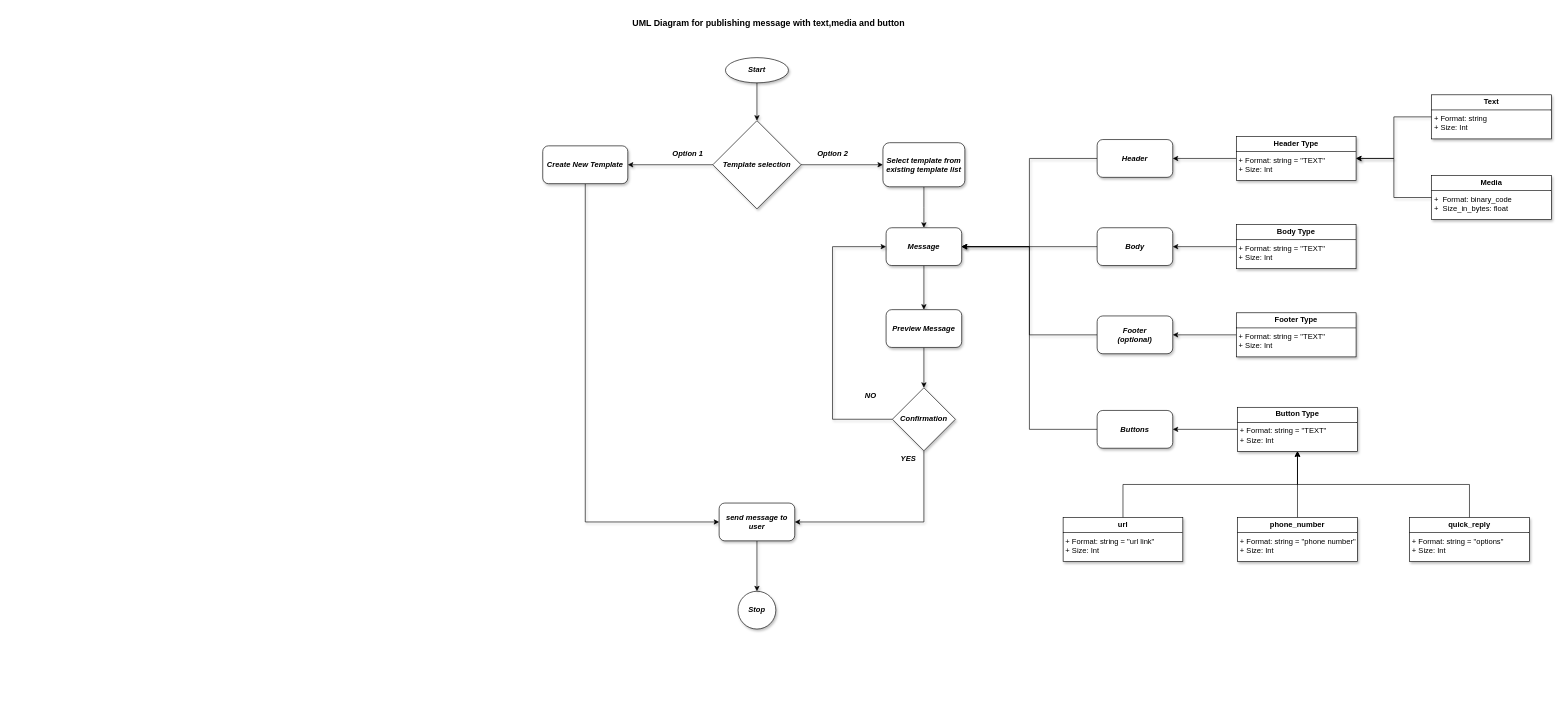
Above: page "text_with_media_and_button" (4 of 4) of uml_diagrams/all_templates.drawio in AbhishekSiddagalla/Whatsapp-cloudAPI (draw.io), before the change. Source tidied: cells renumbered, new cells numbered last; positions are measured from the earlier drawing's top-left corner, leaving out a move shared by most shapes. Both pictures are drawn from the tidied source at 63%, with x=0, y=0 at pixel (542, 13).
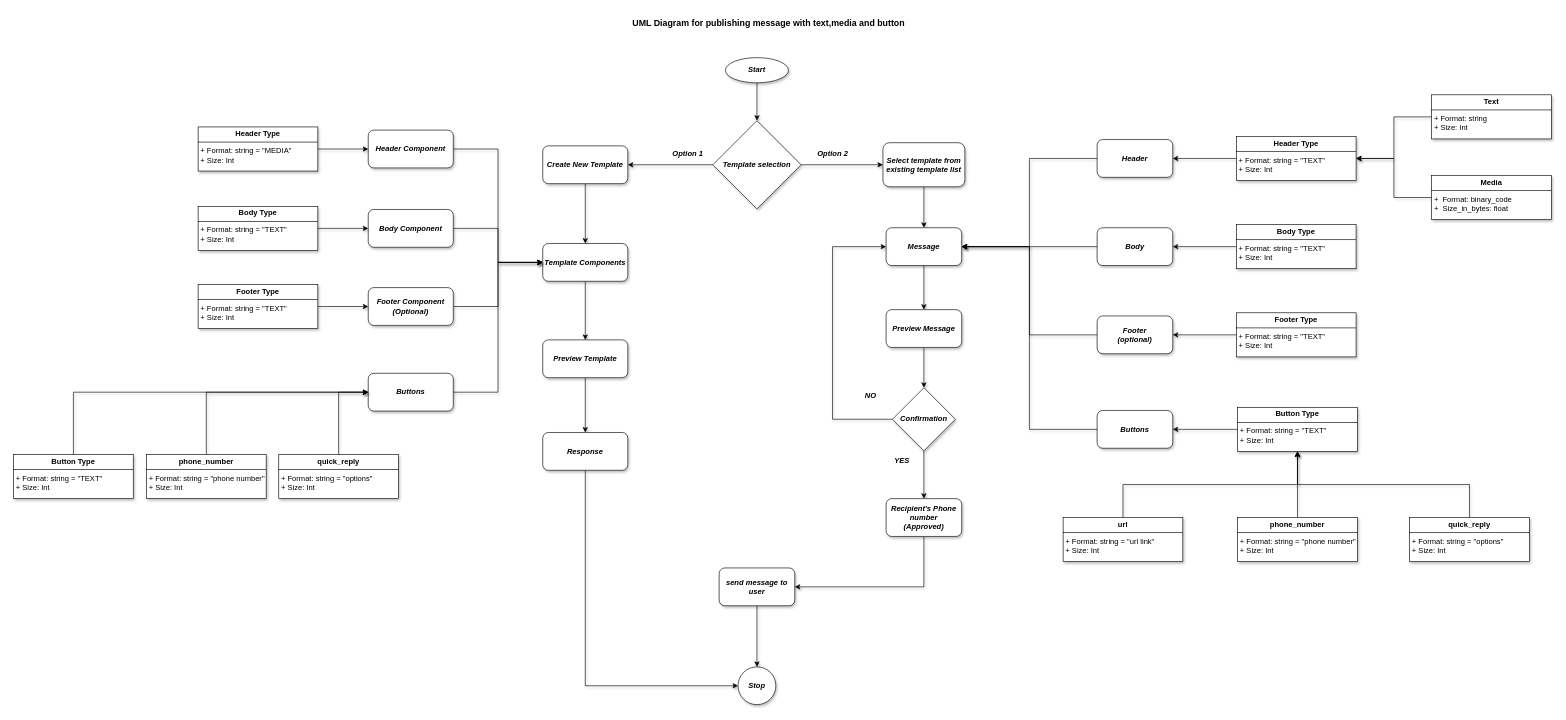
After the change.

Commit message (it also covers changes not shown here):
# uml diagrams for template creation

The change refers to these unchanged cells:
```xml
<mxCell id="12" value="&lt;b&gt;&lt;i&gt;Create New Template&lt;/i&gt;&lt;/b&gt;" style="rounded=1;whiteSpace=wrap;html=1;shadow=1;" parent="1" vertex="1">
  <mxGeometry y="210" width="135" height="60" as="geometry" />
</mxCell>
<mxCell id="14" value="&lt;b&gt;&lt;i&gt;Message&lt;/i&gt;&lt;/b&gt;" style="rounded=1;whiteSpace=wrap;html=1;shadow=1;" parent="1" vertex="1">
  <mxGeometry x="545" y="340" width="120" height="60" as="geometry" />
</mxCell>
<mxCell id="40" value="&lt;b&gt;&lt;i&gt;Confirmation&lt;/i&gt;&lt;/b&gt;" style="rhombus;whiteSpace=wrap;html=1;shadow=1;" parent="1" vertex="1">
  <mxGeometry x="555" y="594" width="100" height="100" as="geometry" />
</mxCell>
<mxCell id="44" value="&lt;b&gt;&lt;i&gt;Buttons&lt;/i&gt;&lt;/b&gt;" style="rounded=1;whiteSpace=wrap;html=1;shadow=1;" parent="1" vertex="1">
  <mxGeometry x="880" y="630" width="120" height="60" as="geometry" />
</mxCell>
<mxCell id="46" value="&lt;p style=&quot;margin:0px;margin-top:4px;text-align:center;&quot;&gt;&lt;b&gt;Button Type&lt;/b&gt;&lt;/p&gt;&lt;hr size=&quot;1&quot; style=&quot;border-style:solid;&quot;&gt;&lt;p style=&quot;margin:0px;margin-left:4px;&quot;&gt;+ Format: string = &quot;TEXT&quot;&lt;br&gt;+ Size: Int&lt;/p&gt;&lt;p style=&quot;margin:0px;margin-left:4px;&quot;&gt;&lt;br&gt;&lt;/p&gt;" style="verticalAlign=top;align=left;overflow=fill;html=1;whiteSpace=wrap;shadow=1;" parent="1" vertex="1">
  <mxGeometry x="1103" y="625" width="190" height="70" as="geometry" />
</mxCell>
<mxCell id="48" value="&lt;p style=&quot;margin:0px;margin-top:4px;text-align:center;&quot;&gt;&lt;b&gt;url&lt;/b&gt;&lt;/p&gt;&lt;hr size=&quot;1&quot; style=&quot;border-style:solid;&quot;&gt;&lt;p style=&quot;margin:0px;margin-left:4px;&quot;&gt;+ Format: string = &quot;url link&quot;&lt;br&gt;+ Size: Int&lt;/p&gt;&lt;p style=&quot;margin:0px;margin-left:4px;&quot;&gt;&lt;br&gt;&lt;/p&gt;" style="verticalAlign=top;align=left;overflow=fill;html=1;whiteSpace=wrap;shadow=1;" parent="1" vertex="1">
  <mxGeometry x="826" y="800" width="190" height="70" as="geometry" />
</mxCell>
<mxCell id="50" value="&lt;p style=&quot;margin:0px;margin-top:4px;text-align:center;&quot;&gt;&lt;b&gt;phone_number&lt;/b&gt;&lt;/p&gt;&lt;hr size=&quot;1&quot; style=&quot;border-style:solid;&quot;&gt;&lt;p style=&quot;margin:0px;margin-left:4px;&quot;&gt;+ Format: string = &quot;phone number&quot;&lt;br&gt;+ Size: Int&lt;/p&gt;&lt;p style=&quot;margin:0px;margin-left:4px;&quot;&gt;&lt;br&gt;&lt;/p&gt;" style="verticalAlign=top;align=left;overflow=fill;html=1;whiteSpace=wrap;shadow=1;" parent="1" vertex="1">
  <mxGeometry x="1103" y="800" width="190" height="70" as="geometry" />
</mxCell>
<mxCell id="52" value="&lt;p style=&quot;margin:0px;margin-top:4px;text-align:center;&quot;&gt;&lt;b&gt;quick_reply&lt;/b&gt;&lt;/p&gt;&lt;hr size=&quot;1&quot; style=&quot;border-style:solid;&quot;&gt;&lt;p style=&quot;margin:0px;margin-left:4px;&quot;&gt;+ Format: string = &quot;options&quot;&lt;br&gt;+ Size: Int&lt;/p&gt;&lt;p style=&quot;margin:0px;margin-left:4px;&quot;&gt;&lt;br&gt;&lt;/p&gt;" style="verticalAlign=top;align=left;overflow=fill;html=1;whiteSpace=wrap;shadow=1;" parent="1" vertex="1">
  <mxGeometry x="1376" y="800" width="190" height="70" as="geometry" />
</mxCell>
```

The edit, as a diff of the source:
```diff
@@
-    <mxCell id="11" style="edgeStyle=orthogonalEdgeStyle;rounded=0;jettySize=auto;html=1;exitX=0.5;exitY=1;exitDx=0;exitDy=0;entryX=0;entryY=0.5;entryDx=0;entryDy=0;shadow=1;" parent="1" edge="1" source="12" target="33">
-      <mxGeometry relative="1" as="geometry" />
-    </mxCell>
+    <mxCell id="53" style="edgeStyle=orthogonalEdgeStyle;rounded=0;jettySize=auto;html=1;exitX=0.5;exitY=1;exitDx=0;exitDy=0;shadow=1;" parent="1" edge="1" source="12" target="58">
+      <mxGeometry relative="1" as="geometry" />
+    </mxCell>
@@
     <mxCell id="29" value="&lt;b&gt;&lt;i&gt;Stop&lt;/i&gt;&lt;/b&gt;" style="ellipse;whiteSpace=wrap;html=1;shadow=1;" parent="1" vertex="1">
-      <mxGeometry x="310" y="917" width="60" height="60" as="geometry" />
+      <mxGeometry x="310" y="1037" width="60" height="60" as="geometry" />
     </mxCell>
@@
     <mxCell id="33" value="&lt;b&gt;&lt;i&gt;send message to user&lt;/i&gt;&lt;/b&gt;" style="rounded=1;whiteSpace=wrap;html=1;shadow=1;" parent="1" vertex="1">
-      <mxGeometry x="280" y="777" width="120" height="60" as="geometry" />
+      <mxGeometry x="280" y="880" width="120" height="60" as="geometry" />
     </mxCell>
@@
-    <mxCell id="39" style="edgeStyle=orthogonalEdgeStyle;rounded=0;jettySize=auto;html=1;exitX=0.5;exitY=1;exitDx=0;exitDy=0;entryX=1;entryY=0.5;entryDx=0;entryDy=0;shadow=1;" parent="1" edge="1" source="40" target="33">
-      <mxGeometry relative="1" as="geometry" />
-    </mxCell>
+    <mxCell id="54" style="edgeStyle=orthogonalEdgeStyle;rounded=0;jettySize=auto;html=1;exitX=0.5;exitY=1;exitDx=0;exitDy=0;entryX=0.5;entryY=0;entryDx=0;entryDy=0;shadow=1;" parent="1" edge="1" source="40" target="56">
+      <mxGeometry relative="1" as="geometry" />
+    </mxCell>
@@
     <mxCell id="42" value="&lt;b&gt;&lt;i&gt;YES&lt;/i&gt;&lt;/b&gt;" style="text;html=1;align=center;verticalAlign=middle;strokeColor=none;fillColor=none;shadow=1;" parent="1" vertex="1">
-      <mxGeometry x="555" y="692" width="50" height="30" as="geometry" />
+      <mxGeometry x="545" y="695" width="50" height="30" as="geometry" />
     </mxCell>
-    <mxCell id="43" style="edgeStyle=orthogonalEdgeStyle;rounded=0;jettySize=auto;html=1;exitX=0;exitY=0.5;exitDx=0;exitDy=0;entryX=1;entryY=0.5;entryDx=0;entryDy=0;" parent="1" edge="1" source="44" target="14">
+    <mxCell id="43" style="edgeStyle=orthogonalEdgeStyle;rounded=0;jettySize=auto;html=1;exitX=0;exitY=0.5;exitDx=0;exitDy=0;entryX=1;entryY=0.5;entryDx=0;entryDy=0;shadow=1;" parent="1" edge="1" source="44" target="14">
       <mxGeometry relative="1" as="geometry" />
     </mxCell>
@@
-    <mxCell id="45" style="edgeStyle=orthogonalEdgeStyle;rounded=0;jettySize=auto;html=1;exitX=0;exitY=0.5;exitDx=0;exitDy=0;" parent="1" edge="1" source="46" target="44">
+    <mxCell id="45" style="edgeStyle=orthogonalEdgeStyle;rounded=0;jettySize=auto;html=1;exitX=0;exitY=0.5;exitDx=0;exitDy=0;shadow=1;" parent="1" edge="1" source="46" target="44">
       <mxGeometry relative="1" as="geometry" />
     </mxCell>
@@
-    <mxCell id="47" style="edgeStyle=orthogonalEdgeStyle;rounded=0;jettySize=auto;html=1;exitX=0.5;exitY=0;exitDx=0;exitDy=0;entryX=0.5;entryY=1;entryDx=0;entryDy=0;" parent="1" edge="1" source="48" target="46">
+    <mxCell id="47" style="edgeStyle=orthogonalEdgeStyle;rounded=0;jettySize=auto;html=1;exitX=0.5;exitY=0;exitDx=0;exitDy=0;entryX=0.5;entryY=1;entryDx=0;entryDy=0;shadow=1;" parent="1" edge="1" source="48" target="46">
       <mxGeometry relative="1" as="geometry" />
     </mxCell>
@@
-    <mxCell id="49" style="edgeStyle=orthogonalEdgeStyle;rounded=0;jettySize=auto;html=1;exitX=0.5;exitY=0;exitDx=0;exitDy=0;entryX=0.5;entryY=1;entryDx=0;entryDy=0;" parent="1" edge="1" source="50" target="46">
+    <mxCell id="49" style="edgeStyle=orthogonalEdgeStyle;rounded=0;jettySize=auto;html=1;exitX=0.5;exitY=0;exitDx=0;exitDy=0;entryX=0.5;entryY=1;entryDx=0;entryDy=0;shadow=1;" parent="1" edge="1" source="50" target="46">
       <mxGeometry relative="1" as="geometry" />
     </mxCell>
@@
-    <mxCell id="51" style="edgeStyle=orthogonalEdgeStyle;rounded=0;jettySize=auto;html=1;exitX=0.5;exitY=0;exitDx=0;exitDy=0;entryX=0.5;entryY=1;entryDx=0;entryDy=0;" parent="1" edge="1" source="52" target="46">
+    <mxCell id="51" style="edgeStyle=orthogonalEdgeStyle;rounded=0;jettySize=auto;html=1;exitX=0.5;exitY=0;exitDx=0;exitDy=0;entryX=0.5;entryY=1;entryDx=0;entryDy=0;shadow=1;" parent="1" edge="1" source="52" target="46">
       <mxGeometry relative="1" as="geometry" />
     </mxCell>
@@
+    <mxCell id="55" style="edgeStyle=orthogonalEdgeStyle;rounded=0;jettySize=auto;html=1;exitX=0.5;exitY=1;exitDx=0;exitDy=0;entryX=1;entryY=0.5;entryDx=0;entryDy=0;shadow=1;" parent="1" edge="1" source="56" target="33">
+      <mxGeometry relative="1" as="geometry" />
+    </mxCell>
+    <mxCell id="56" value="&lt;b&gt;&lt;i&gt;Recipient's Phone number&lt;br&gt;(Approved)&lt;/i&gt;&lt;/b&gt;" style="rounded=1;whiteSpace=wrap;html=1;shadow=1;" parent="1" vertex="1">
+      <mxGeometry x="545" y="770" width="120" height="60" as="geometry" />
+    </mxCell>
+    <mxCell id="57" style="edgeStyle=orthogonalEdgeStyle;rounded=0;jettySize=auto;html=1;exitX=0.5;exitY=1;exitDx=0;exitDy=0;shadow=1;" parent="1" edge="1" source="58" target="60">
+      <mxGeometry relative="1" as="geometry" />
+    </mxCell>
+    <mxCell id="58" value="&lt;b&gt;&lt;i&gt;Template Components&lt;/i&gt;&lt;/b&gt;" style="rounded=1;whiteSpace=wrap;html=1;shadow=1;" parent="1" vertex="1">
+      <mxGeometry y="365" width="135" height="60" as="geometry" />
+    </mxCell>
+    <mxCell id="59" style="edgeStyle=orthogonalEdgeStyle;rounded=0;jettySize=auto;html=1;exitX=0.5;exitY=1;exitDx=0;exitDy=0;shadow=1;" parent="1" edge="1" source="60" target="62">
+      <mxGeometry relative="1" as="geometry" />
+    </mxCell>
+    <mxCell id="60" value="&lt;b&gt;&lt;i&gt;Preview Template&lt;/i&gt;&lt;/b&gt;" style="rounded=1;whiteSpace=wrap;html=1;shadow=1;" parent="1" vertex="1">
+      <mxGeometry y="518" width="135" height="60" as="geometry" />
+    </mxCell>
+    <mxCell id="61" style="edgeStyle=orthogonalEdgeStyle;rounded=0;jettySize=auto;html=1;exitX=0.5;exitY=1;exitDx=0;exitDy=0;entryX=0;entryY=0.5;entryDx=0;entryDy=0;shadow=1;" parent="1" edge="1" source="62" target="29">
+      <mxGeometry relative="1" as="geometry" />
+    </mxCell>
+    <mxCell id="62" value="&lt;b&gt;&lt;i&gt;Response&lt;/i&gt;&lt;/b&gt;" style="rounded=1;whiteSpace=wrap;html=1;shadow=1;" parent="1" vertex="1">
+      <mxGeometry y="665" width="135" height="60" as="geometry" />
+    </mxCell>
+    <mxCell id="63" style="edgeStyle=orthogonalEdgeStyle;rounded=0;jettySize=auto;html=1;exitX=1;exitY=0.5;exitDx=0;exitDy=0;entryX=0;entryY=0.5;entryDx=0;entryDy=0;shadow=1;" parent="1" edge="1" source="64" target="58">
+      <mxGeometry relative="1" as="geometry" />
+    </mxCell>
+    <mxCell id="64" value="&lt;b&gt;&lt;i&gt;Header Component&lt;/i&gt;&lt;/b&gt;" style="rounded=1;whiteSpace=wrap;html=1;shadow=1;" parent="1" vertex="1">
+      <mxGeometry x="-277" y="185" width="135" height="60" as="geometry" />
+    </mxCell>
+    <mxCell id="65" style="edgeStyle=orthogonalEdgeStyle;rounded=0;jettySize=auto;html=1;exitX=1;exitY=0.5;exitDx=0;exitDy=0;entryX=0;entryY=0.5;entryDx=0;entryDy=0;shadow=1;" parent="1" edge="1" source="66" target="58">
+      <mxGeometry relative="1" as="geometry" />
+    </mxCell>
+    <mxCell id="66" value="&lt;b&gt;&lt;i&gt;Body Component&lt;/i&gt;&lt;/b&gt;" style="rounded=1;whiteSpace=wrap;html=1;shadow=1;" parent="1" vertex="1">
+      <mxGeometry x="-277" y="311" width="135" height="60" as="geometry" />
+    </mxCell>
+    <mxCell id="67" style="edgeStyle=orthogonalEdgeStyle;rounded=0;jettySize=auto;html=1;exitX=1;exitY=0.5;exitDx=0;exitDy=0;entryX=0;entryY=0.5;entryDx=0;entryDy=0;shadow=1;" parent="1" edge="1" source="68" target="58">
+      <mxGeometry relative="1" as="geometry" />
+    </mxCell>
+    <mxCell id="68" value="&lt;b&gt;&lt;i&gt;Footer Component&lt;br&gt;(Optional)&lt;/i&gt;&lt;/b&gt;" style="rounded=1;whiteSpace=wrap;html=1;shadow=1;" parent="1" vertex="1">
+      <mxGeometry x="-277" y="435" width="135" height="60" as="geometry" />
+    </mxCell>
+    <mxCell id="69" style="edgeStyle=orthogonalEdgeStyle;rounded=0;jettySize=auto;html=1;exitX=1;exitY=0.5;exitDx=0;exitDy=0;entryX=0;entryY=0.5;entryDx=0;entryDy=0;shadow=1;" parent="1" edge="1" source="70" target="64">
+      <mxGeometry relative="1" as="geometry" />
+    </mxCell>
+    <mxCell id="70" value="&lt;p style=&quot;margin:0px;margin-top:4px;text-align:center;&quot;&gt;&lt;b&gt;Header Type&lt;/b&gt;&lt;/p&gt;&lt;hr size=&quot;1&quot; style=&quot;border-style:solid;&quot;&gt;&lt;p style=&quot;margin:0px;margin-left:4px;&quot;&gt;+ Format: string = &quot;MEDIA&quot;&lt;br&gt;+ Size: Int&lt;/p&gt;&lt;p style=&quot;margin:0px;margin-left:4px;&quot;&gt;&lt;br&gt;&lt;/p&gt;" style="verticalAlign=top;align=left;overflow=fill;html=1;whiteSpace=wrap;shadow=1;" parent="1" vertex="1">
+      <mxGeometry x="-547" y="180" width="190" height="70" as="geometry" />
+    </mxCell>
+    <mxCell id="71" style="edgeStyle=orthogonalEdgeStyle;rounded=0;jettySize=auto;html=1;exitX=1;exitY=0.5;exitDx=0;exitDy=0;entryX=0;entryY=0.5;entryDx=0;entryDy=0;shadow=1;" parent="1" edge="1" source="72" target="66">
+      <mxGeometry relative="1" as="geometry" />
+    </mxCell>
+    <mxCell id="72" value="&lt;p style=&quot;margin:0px;margin-top:4px;text-align:center;&quot;&gt;&lt;b&gt;Body Type&lt;/b&gt;&lt;/p&gt;&lt;hr size=&quot;1&quot; style=&quot;border-style:solid;&quot;&gt;&lt;p style=&quot;margin:0px;margin-left:4px;&quot;&gt;+ Format: string = &quot;TEXT&quot;&lt;br&gt;+ Size: Int&lt;/p&gt;&lt;p style=&quot;margin:0px;margin-left:4px;&quot;&gt;&lt;br&gt;&lt;/p&gt;" style="verticalAlign=top;align=left;overflow=fill;html=1;whiteSpace=wrap;shadow=1;" parent="1" vertex="1">
+      <mxGeometry x="-547" y="306" width="190" height="70" as="geometry" />
+    </mxCell>
+    <mxCell id="73" style="edgeStyle=orthogonalEdgeStyle;rounded=0;jettySize=auto;html=1;exitX=1;exitY=0.5;exitDx=0;exitDy=0;entryX=0;entryY=0.5;entryDx=0;entryDy=0;shadow=1;" parent="1" edge="1" source="74" target="68">
+      <mxGeometry relative="1" as="geometry" />
+    </mxCell>
+    <mxCell id="74" value="&lt;p style=&quot;margin:0px;margin-top:4px;text-align:center;&quot;&gt;&lt;b&gt;Footer Type&lt;/b&gt;&lt;/p&gt;&lt;hr size=&quot;1&quot; style=&quot;border-style:solid;&quot;&gt;&lt;p style=&quot;margin:0px;margin-left:4px;&quot;&gt;+ Format: string = &quot;TEXT&quot;&lt;br&gt;+ Size: Int&lt;/p&gt;&lt;p style=&quot;margin:0px;margin-left:4px;&quot;&gt;&lt;br&gt;&lt;/p&gt;" style="verticalAlign=top;align=left;overflow=fill;html=1;whiteSpace=wrap;shadow=1;" parent="1" vertex="1">
+      <mxGeometry x="-547" y="430" width="190" height="70" as="geometry" />
+    </mxCell>
+    <mxCell id="75" style="edgeStyle=orthogonalEdgeStyle;rounded=0;jettySize=auto;html=1;exitX=1;exitY=0.5;exitDx=0;exitDy=0;entryX=0;entryY=0.5;entryDx=0;entryDy=0;shadow=1;" parent="1" edge="1" source="76" target="58">
+      <mxGeometry relative="1" as="geometry" />
+    </mxCell>
+    <mxCell id="76" value="&lt;b&gt;&lt;i&gt;Buttons&lt;/i&gt;&lt;/b&gt;" style="rounded=1;whiteSpace=wrap;html=1;shadow=1;" parent="1" vertex="1">
+      <mxGeometry x="-277" y="571" width="135" height="60" as="geometry" />
+    </mxCell>
+    <mxCell id="77" style="edgeStyle=orthogonalEdgeStyle;rounded=0;jettySize=auto;html=1;exitX=0.5;exitY=0;exitDx=0;exitDy=0;entryX=0;entryY=0.5;entryDx=0;entryDy=0;shadow=1;" parent="1" edge="1" source="78" target="76">
+      <mxGeometry relative="1" as="geometry" />
+    </mxCell>
+    <mxCell id="78" value="&lt;p style=&quot;margin:0px;margin-top:4px;text-align:center;&quot;&gt;&lt;b&gt;Button Type&lt;/b&gt;&lt;/p&gt;&lt;hr size=&quot;1&quot; style=&quot;border-style:solid;&quot;&gt;&lt;p style=&quot;margin:0px;margin-left:4px;&quot;&gt;+ Format: string = &quot;TEXT&quot;&lt;br&gt;+ Size: Int&lt;/p&gt;&lt;p style=&quot;margin:0px;margin-left:4px;&quot;&gt;&lt;br&gt;&lt;/p&gt;" style="verticalAlign=top;align=left;overflow=fill;html=1;whiteSpace=wrap;shadow=1;" parent="1" vertex="1">
+      <mxGeometry x="-840" y="700" width="190" height="70" as="geometry" />
+    </mxCell>
+    <mxCell id="79" style="edgeStyle=orthogonalEdgeStyle;rounded=0;jettySize=auto;html=1;exitX=0.5;exitY=0;exitDx=0;exitDy=0;entryX=0;entryY=0.5;entryDx=0;entryDy=0;shadow=1;" parent="1" edge="1" source="80" target="76">
+      <mxGeometry relative="1" as="geometry" />
+    </mxCell>
+    <mxCell id="80" value="&lt;p style=&quot;margin:0px;margin-top:4px;text-align:center;&quot;&gt;&lt;b&gt;phone_number&lt;/b&gt;&lt;/p&gt;&lt;hr size=&quot;1&quot; style=&quot;border-style:solid;&quot;&gt;&lt;p style=&quot;margin:0px;margin-left:4px;&quot;&gt;+ Format: string = &quot;phone number&quot;&lt;br&gt;+ Size: Int&lt;/p&gt;&lt;p style=&quot;margin:0px;margin-left:4px;&quot;&gt;&lt;br&gt;&lt;/p&gt;" style="verticalAlign=top;align=left;overflow=fill;html=1;whiteSpace=wrap;shadow=1;" parent="1" vertex="1">
+      <mxGeometry x="-629" y="700" width="190" height="70" as="geometry" />
+    </mxCell>
+    <mxCell id="81" style="edgeStyle=orthogonalEdgeStyle;rounded=0;jettySize=auto;html=1;exitX=0.5;exitY=0;exitDx=0;exitDy=0;entryX=0;entryY=0.5;entryDx=0;entryDy=0;shadow=1;" parent="1" edge="1" source="82" target="76">
+      <mxGeometry relative="1" as="geometry" />
+    </mxCell>
+    <mxCell id="82" value="&lt;p style=&quot;margin:0px;margin-top:4px;text-align:center;&quot;&gt;&lt;b&gt;quick_reply&lt;/b&gt;&lt;/p&gt;&lt;hr size=&quot;1&quot; style=&quot;border-style:solid;&quot;&gt;&lt;p style=&quot;margin:0px;margin-left:4px;&quot;&gt;+ Format: string = &quot;options&quot;&lt;br&gt;+ Size: Int&lt;/p&gt;&lt;p style=&quot;margin:0px;margin-left:4px;&quot;&gt;&lt;br&gt;&lt;/p&gt;" style="verticalAlign=top;align=left;overflow=fill;html=1;whiteSpace=wrap;shadow=1;" parent="1" vertex="1">
+      <mxGeometry x="-419" y="700" width="190" height="70" as="geometry" />
+    </mxCell>
```
